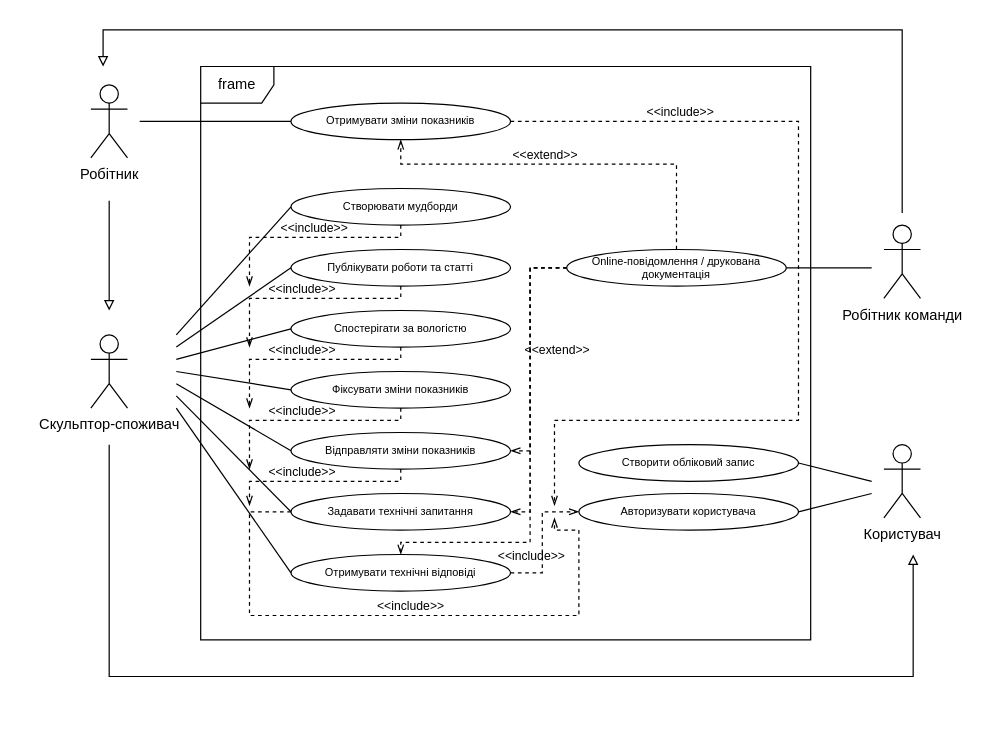
oleksandrblazhko/ai204-ozarchuk keeps this draw.io diagram as 1-SoftwareRequirements/1.3-SoftwareUserRequirements/1.3.3-UseCaseDiagram/UseCaseDiagram.drawio. Above is the earlier version. Source tidied: cells renumbered, new cells numbered last; positions are measured from the earlier drawing's top-left corner, leaving out a move shared by most shapes. Both pictures are drawn from the tidied source at 122%, with x=0, y=0 at pixel (90, 29).
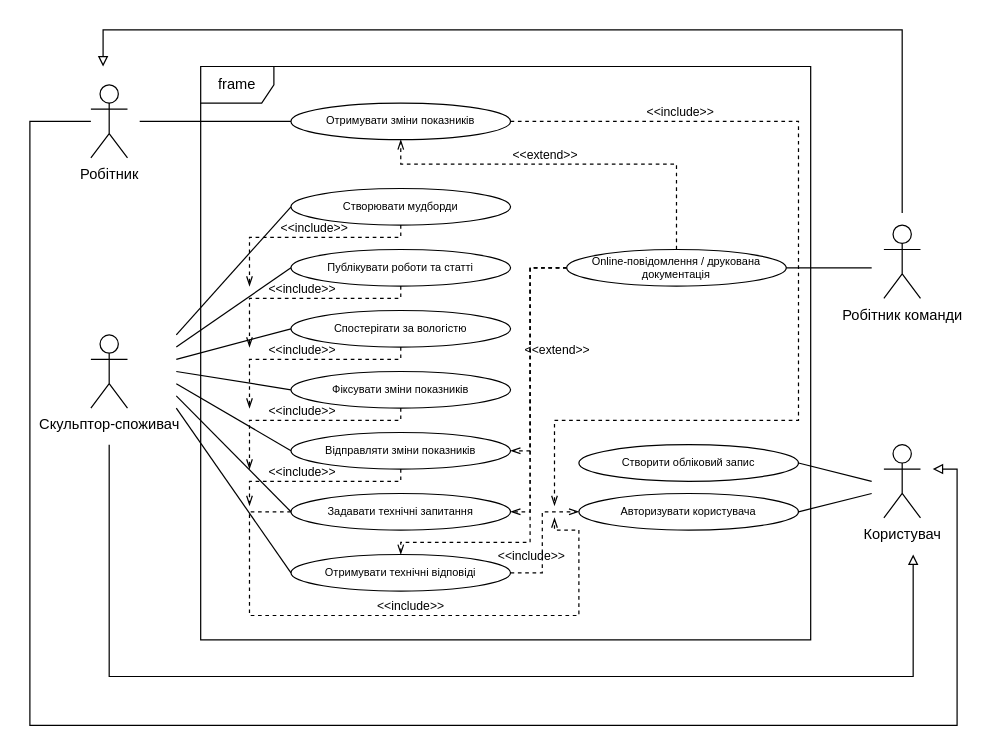
Above is the later version.

Unchanged cells that the change refers to:
```xml
<mxCell id="9" value="Робітник" style="shape=umlActor;verticalLabelPosition=bottom;verticalAlign=top;html=1;" parent="1" vertex="1">
  <mxGeometry y="45" width="30" height="60" as="geometry" />
</mxCell>
```

Change to the diagram source:
```diff
@@
-    <mxCell id="8" style="edgeStyle=orthogonalEdgeStyle;rounded=0;orthogonalLoop=1;jettySize=auto;html=1;fontSize=6;startArrow=none;startFill=0;endArrow=block;endFill=0;" parent="1" edge="1">
-      <mxGeometry relative="1" as="geometry">
-        <mxPoint x="15" y="140" as="sourcePoint" />
-        <mxPoint x="15" y="230" as="targetPoint" />
-      </mxGeometry>
-    </mxCell>
+    <mxCell id="54" style="edgeStyle=orthogonalEdgeStyle;rounded=0;jettySize=auto;html=1;endArrow=block;endFill=0;" parent="1" edge="1" source="9">
+      <mxGeometry relative="1" as="geometry">
+        <mxPoint x="690" y="360" as="targetPoint" />
+        <Array as="points">
+          <mxPoint x="-50" y="75" />
+          <mxPoint x="-50" y="570" />
+          <mxPoint x="710" y="570" />
+          <mxPoint x="710" y="360" />
+        </Array>
+      </mxGeometry>
+    </mxCell>
```
